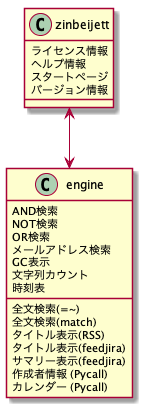
Earlier version of the PlantUML export out/zinbeijett/zinbeijett.png (takkii/zinbeijett).
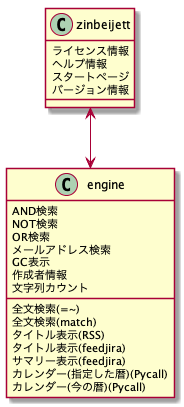
The same file after the commit.

Change to the diagram source:
```diff
@@ -14,12 +14,12 @@
 engine : OR検索
 engine : メールアドレス検索
 engine : GC表示
+engine : 作成者情報
 engine : 文字列カウント
-engine : 時刻表
 engine : タイトル表示(RSS)
 engine : タイトル表示(feedjira)
 engine : サマリー表示(feedjira)
-engine : 作成者情報 (Pycall)
-engine : カレンダー (Pycall)
+engine : カレンダー(指定した暦)(Pycall)
+engine : カレンダー(今の暦)(Pycall)
 
 @enduml
```
